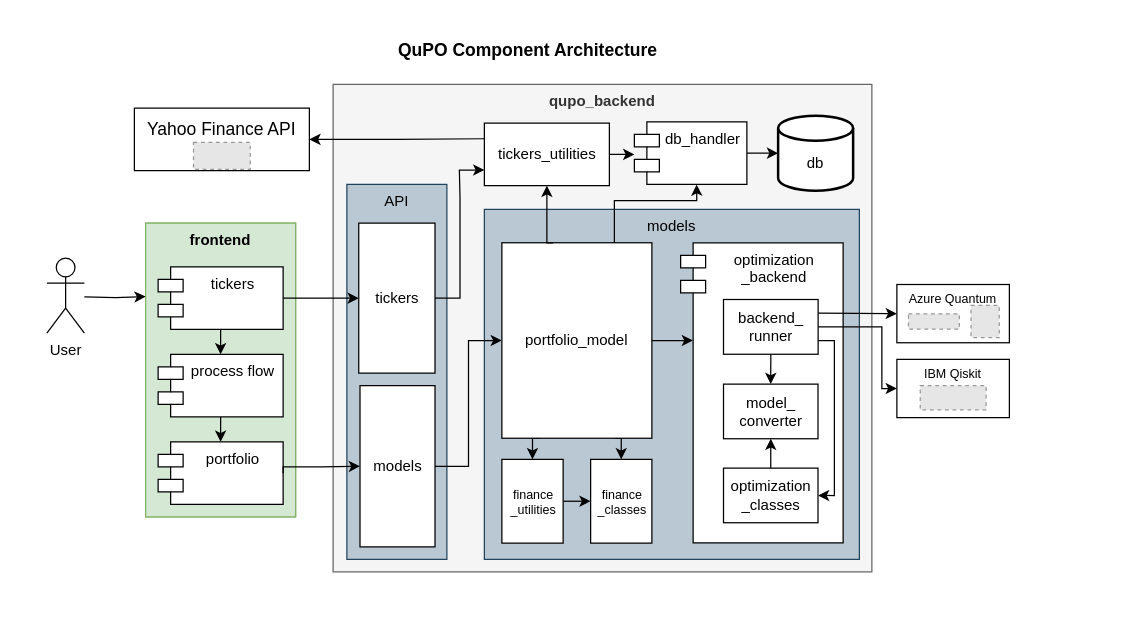
openkfw/qupo keeps this draw.io diagram as docs/arch/component_arch.drawio. Above is the earlier version. Source tidied: cells renumbered, new cells numbered last; positions are measured from the earlier drawing's top-left corner, leaving out a move shared by most shapes. Both pictures are drawn from the tidied source at 125%, with x=0, y=0 at pixel (21, 21). Pictures stored in the file or linked from it are replaced by grey dashed boxes.
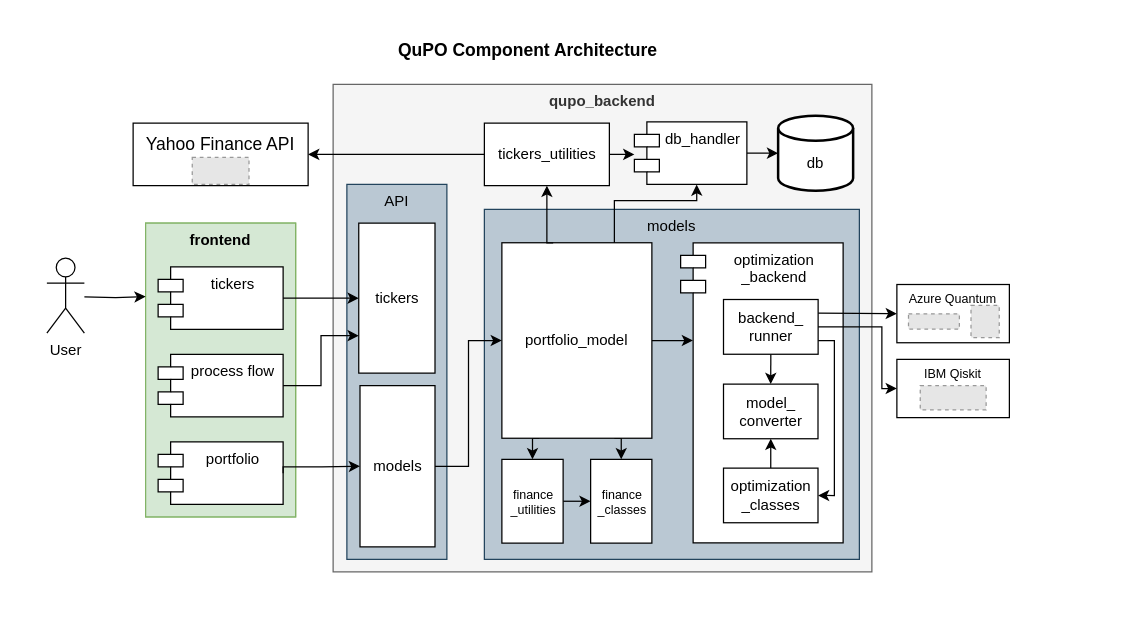
The same page after the edit.

Unchanged cells that the change refers to:
```xml
<mxCell id="31" style="group;fillColor=#d5e8d4;strokeColor=#82b366;" parent="1" vertex="1">
  <mxGeometry x="99" y="161" width="120" height="235" as="geometry" />
</mxCell>
<mxCell id="33" value="tickers" style="shape=module;align=left;spacingLeft=20;align=center;verticalAlign=top;" parent="31" vertex="1">
  <mxGeometry x="10" y="35" width="100" height="50" as="geometry" />
</mxCell>
<mxCell id="34" value="process flow" style="shape=module;align=left;spacingLeft=20;align=center;verticalAlign=top;" parent="31" vertex="1">
  <mxGeometry x="10" y="105" width="100" height="50" as="geometry" />
</mxCell>
<mxCell id="36" value="portfolio" style="shape=module;align=left;spacingLeft=20;align=center;verticalAlign=top;" parent="31" vertex="1">
  <mxGeometry x="10" y="175" width="100" height="50" as="geometry" />
</mxCell>
<mxCell id="40" value="tickers" style="html=1;" parent="1" vertex="1">
  <mxGeometry x="269.5" y="161" width="61" height="120" as="geometry" />
</mxCell>
<mxCell id="42" value="tickers_utilities" style="html=1;" parent="1" vertex="1">
  <mxGeometry x="370" y="81" width="100" height="50" as="geometry" />
</mxCell>
<mxCell id="51" value="Yahoo Finance API" style="rounded=0;whiteSpace=wrap;html=1;fontSize=14;spacingTop=-16;" parent="50" vertex="1">
  <mxGeometry width="140" height="50" as="geometry" />
</mxCell>
```

The edit, as a diff of the source:
```diff
@@
-    <mxCell id="35" style="edgeStyle=orthogonalEdgeStyle;rounded=0;jettySize=auto;html=1;exitX=0.5;exitY=1;exitDx=0;exitDy=0;entryX=0.5;entryY=0;entryDx=0;entryDy=0;startArrow=none;startFill=0;" parent="31" edge="1" source="33" target="34">
-      <mxGeometry relative="1" as="geometry" />
-    </mxCell>
@@
-    <mxCell id="37" style="edgeStyle=orthogonalEdgeStyle;rounded=0;jettySize=auto;html=1;exitX=0.5;exitY=1;exitDx=0;exitDy=0;entryX=0.5;entryY=0;entryDx=0;entryDy=0;startArrow=none;startFill=0;" parent="31" edge="1" source="34" target="36">
-      <mxGeometry relative="1" as="geometry" />
-    </mxCell>
@@
-    <mxCell id="39" style="edgeStyle=orthogonalEdgeStyle;rounded=0;jettySize=auto;html=1;exitX=1;exitY=0.5;exitDx=0;exitDy=0;entryX=0;entryY=0.75;entryDx=0;entryDy=0;startArrow=none;startFill=0;" parent="1" edge="1" source="40" target="42">
-      <mxGeometry relative="1" as="geometry" />
-    </mxCell>
@@
     <mxCell id="50" style="group;" parent="1" vertex="1">
-      <mxGeometry x="90" y="69" width="140" height="50" as="geometry" />
+      <mxGeometry x="89" y="81" width="140" height="50" as="geometry" />
     </mxCell>
@@
-    <mxCell id="53" style="edgeStyle=orthogonalEdgeStyle;rounded=0;jettySize=auto;html=1;exitX=1;exitY=0.5;exitDx=0;exitDy=0;entryX=0;entryY=0.25;entryDx=0;entryDy=0;fontSize=14;startArrow=classic;startFill=1;endArrow=none;endFill=0;" parent="1" edge="1" source="51" target="42">
+    <mxCell id="53" style="edgeStyle=orthogonalEdgeStyle;rounded=0;jettySize=auto;html=1;exitX=1;exitY=0.5;exitDx=0;exitDy=0;entryX=0;entryY=0.5;entryDx=0;entryDy=0;fontSize=14;startArrow=classic;startFill=1;endArrow=none;endFill=0;" parent="1" edge="1" source="51" target="42">
       <mxGeometry relative="1" as="geometry" />
     </mxCell>
@@
+    <mxCell id="58" style="edgeStyle=orthogonalEdgeStyle;rounded=0;jettySize=auto;html=1;exitX=1;exitY=0.5;exitDx=0;exitDy=0;entryX=0;entryY=0.75;entryDx=0;entryDy=0;" parent="1" edge="1" source="34" target="40">
+      <mxGeometry relative="1" as="geometry" />
+    </mxCell>
```
